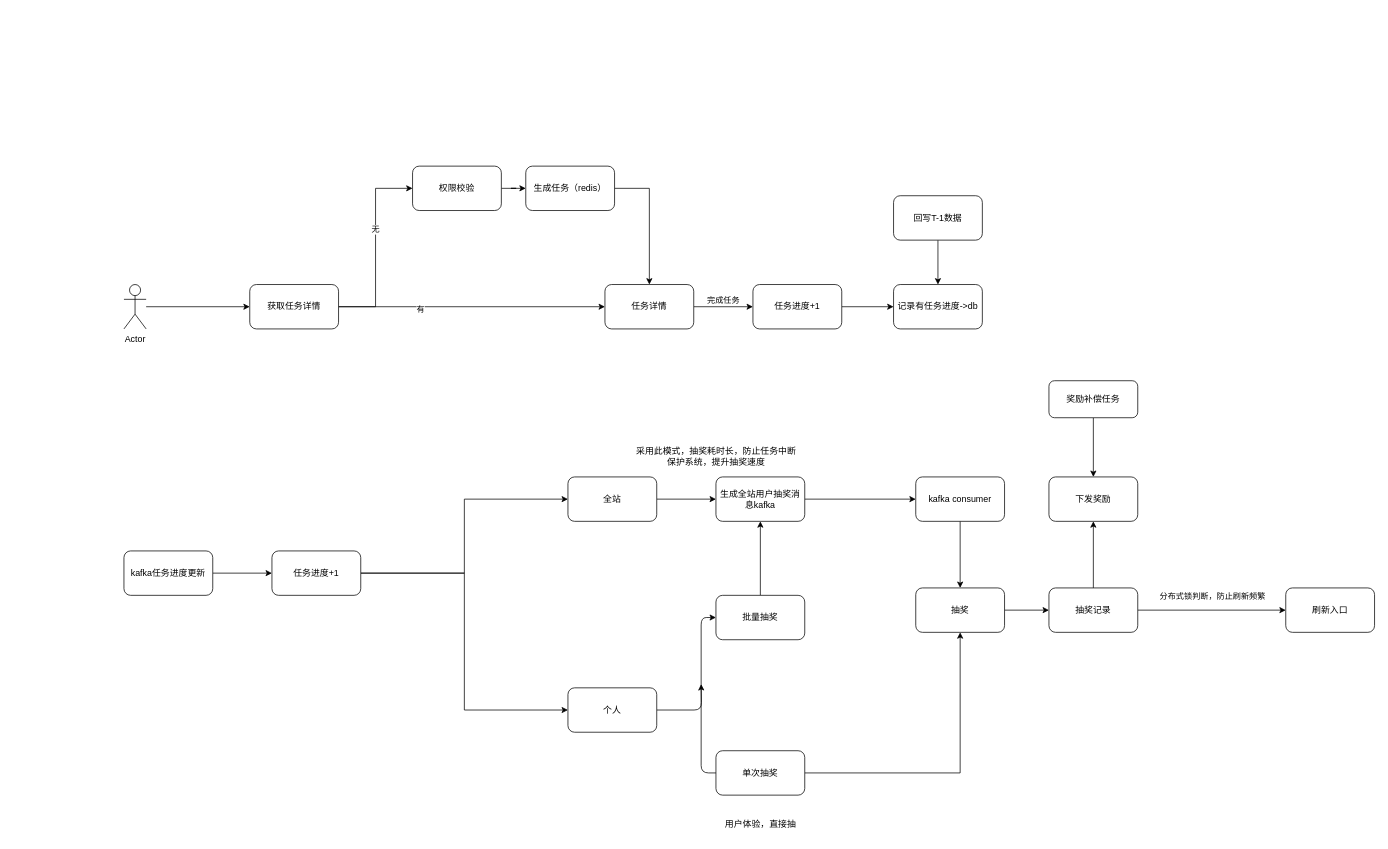
liujunsheng0/drawio keeps this draw.io diagram as 千纸鹤.drawio. Above is the earlier version. Source tidied: cells renumbered, new cells numbered last; positions are measured from the earlier drawing's top-left corner, leaving out a move shared by most shapes. Both pictures are drawn from the tidied source at 74%, with x=0, y=0 at pixel (124, 166).
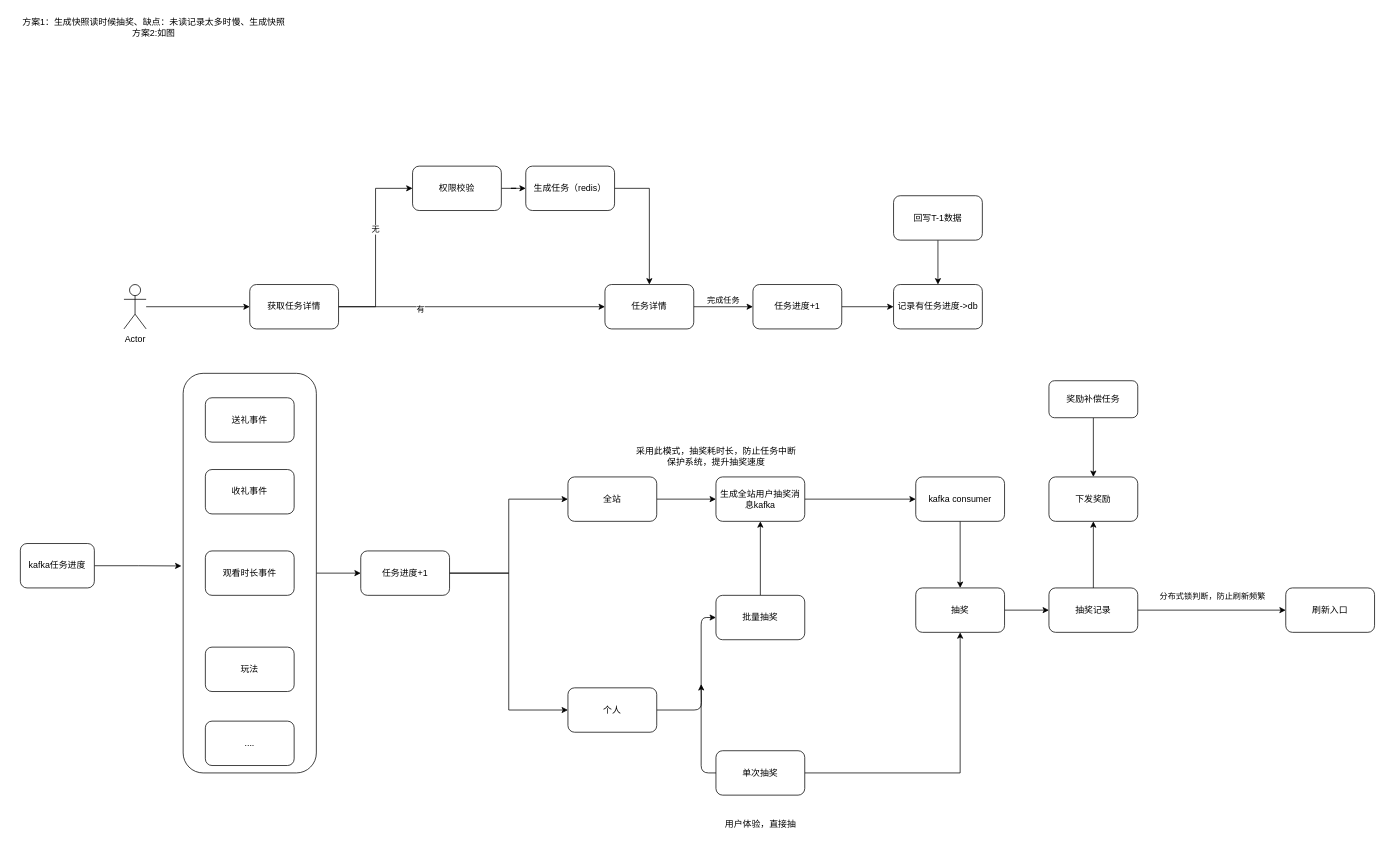
After the change.

Commit message:
更新千纸鹤.drawio

Diff of the diagram source:
```diff
@@
+    <mxCell id="51" style="edgeStyle=orthogonalEdgeStyle;rounded=0;jettySize=auto;html=1;exitX=1;exitY=0.5;exitDx=0;exitDy=0;entryX=0;entryY=0.5;entryDx=0;entryDy=0;" parent="1" edge="1" source="52" target="50">
+      <mxGeometry relative="1" as="geometry" />
+    </mxCell>
+    <mxCell id="52" style="rounded=1;whiteSpace=wrap;html=1;" parent="1" vertex="1">
+      <mxGeometry x="80" y="280" width="180" height="540" as="geometry" />
+    </mxCell>
@@
-    <mxCell id="46" style="edgeStyle=orthogonalEdgeStyle;rounded=0;jettySize=auto;html=1;exitX=1;exitY=0.5;exitDx=0;exitDy=0;" parent="1" edge="1" source="47" target="50">
-      <mxGeometry relative="1" as="geometry" />
-    </mxCell>
+    <mxCell id="53" style="edgeStyle=orthogonalEdgeStyle;rounded=0;jettySize=auto;html=1;exitX=1;exitY=0.5;exitDx=0;exitDy=0;entryX=-0.013;entryY=0.482;entryDx=0;entryDy=0;entryPerimeter=0;" parent="1" edge="1" source="47" target="52">
+      <mxGeometry relative="1" as="geometry" />
+    </mxCell>
-    <mxCell id="47" value="kafka任务进度更新" style="rounded=1;whiteSpace=wrap;html=1;" parent="1" vertex="1">
-      <mxGeometry y="520" width="120" height="60" as="geometry" />
+    <mxCell id="47" value="kafka任务进度" style="rounded=1;whiteSpace=wrap;html=1;" parent="1" vertex="1">
+      <mxGeometry x="-140" y="510" width="100" height="60" as="geometry" />
     </mxCell>
@@
     <mxCell id="50" value="任务进度+1" style="rounded=1;whiteSpace=wrap;html=1;" parent="1" vertex="1">
-      <mxGeometry x="200" y="520" width="120" height="60" as="geometry" />
+      <mxGeometry x="320" y="520" width="120" height="60" as="geometry" />
     </mxCell>
+    <mxCell id="54" value="送礼事件" style="rounded=1;whiteSpace=wrap;html=1;" parent="1" vertex="1">
+      <mxGeometry x="110" y="313" width="120" height="60" as="geometry" />
+    </mxCell>
+    <mxCell id="55" value="收礼事件" style="rounded=1;whiteSpace=wrap;html=1;" parent="1" vertex="1">
+      <mxGeometry x="110" y="410" width="120" height="60" as="geometry" />
+    </mxCell>
+    <mxCell id="56" value="观看时长事件" style="rounded=1;whiteSpace=wrap;html=1;" parent="1" vertex="1">
+      <mxGeometry x="110" y="520" width="120" height="60" as="geometry" />
+    </mxCell>
+    <mxCell id="57" value="玩法" style="rounded=1;whiteSpace=wrap;html=1;" parent="1" vertex="1">
+      <mxGeometry x="110" y="650" width="120" height="60" as="geometry" />
+    </mxCell>
+    <mxCell id="58" value="...." style="rounded=1;whiteSpace=wrap;html=1;" parent="1" vertex="1">
+      <mxGeometry x="110" y="750" width="120" height="60" as="geometry" />
+    </mxCell>
+    <mxCell id="59" value="方案1：生成快照读时候抽奖、缺点：未读记录太多时慢、生成快照&lt;br&gt;方案2:如图" style="text;html=1;align=center;verticalAlign=middle;strokeColor=none;fillColor=none;" parent="1" vertex="1">
+      <mxGeometry x="-150" y="-207" width="380" height="40" as="geometry" />
+    </mxCell>
```
